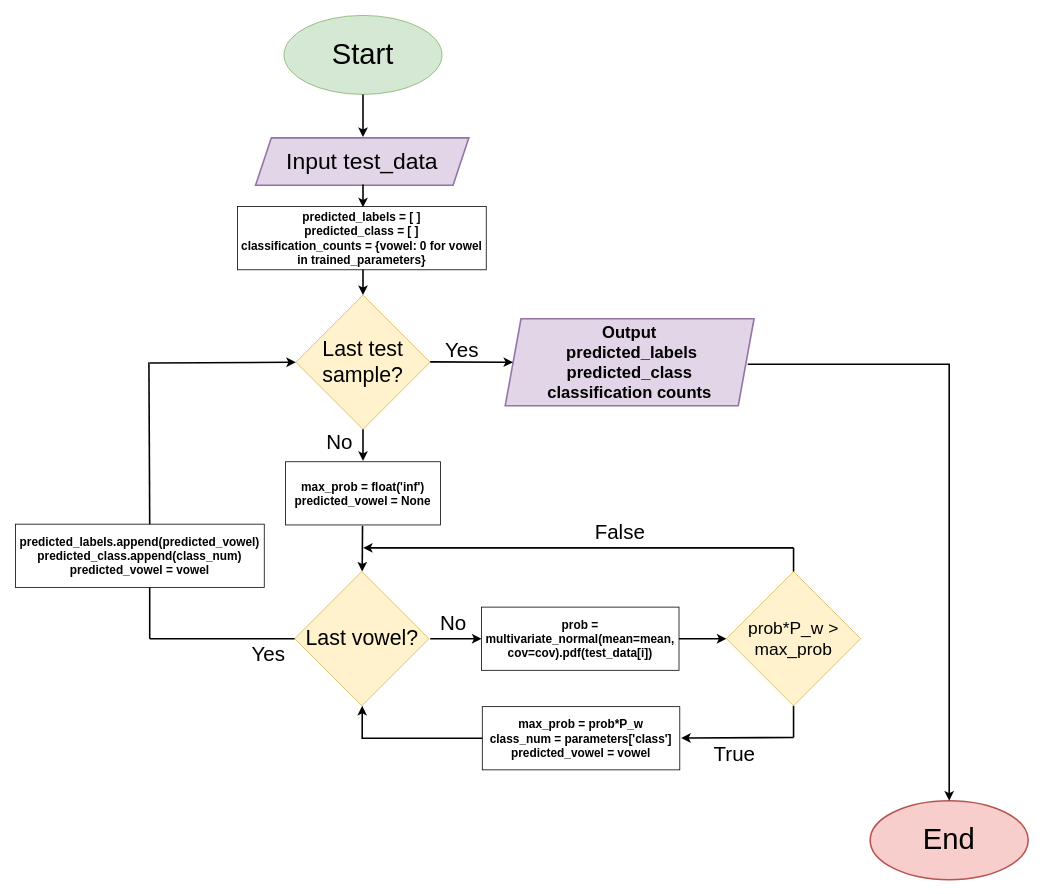
The draw.io diagram Rapport mappe/Vowels_flowchart.drawio in KristianHaaland/Estimering-Prosjekt, before the edit. Source tidied: cells renumbered, new cells numbered last; positions are measured from the earlier drawing's top-left corner, leaving out a move shared by most shapes. Both pictures are drawn from the tidied source at 79%, with x=0, y=0 at pixel (15, 15).
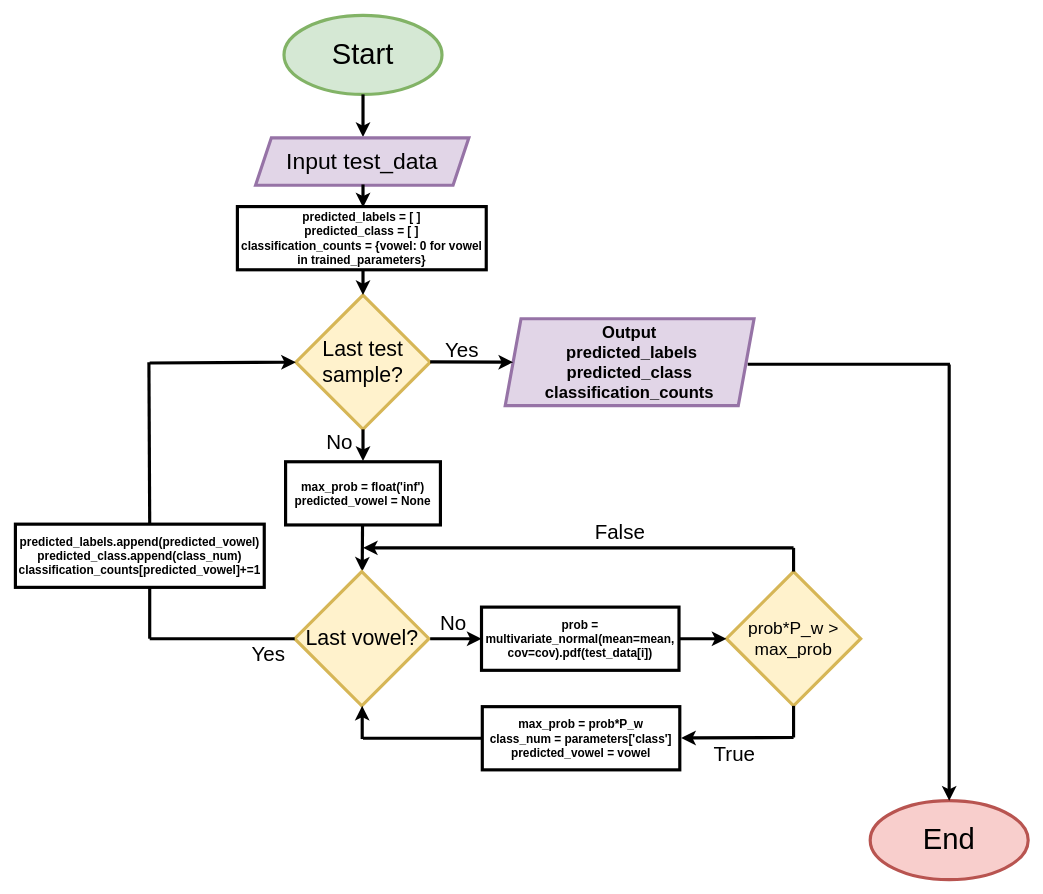
The same page after the edit.

Commit message (it also covers changes not shown here):
Laget plottefunksjoner i vowels task

The edit, as a diff of the source:
```diff
@@
-    <mxCell id="2" value="&lt;font style=&quot;font-size: 37px;&quot;&gt;Start&lt;/font&gt;" style="ellipse;whiteSpace=wrap;html=1;fillColor=#d5e8d4;strokeColor=#82b366;" parent="1" vertex="1">
+    <mxCell id="2" value="&lt;font style=&quot;font-size: 37px;&quot;&gt;Start&lt;/font&gt;" style="ellipse;whiteSpace=wrap;html=1;fillColor=#d5e8d4;strokeColor=#82b366;strokeWidth=4;" parent="1" vertex="1">
       <mxGeometry x="340" width="200" height="100" as="geometry" />
     </mxCell>
-    <mxCell id="3" style="endArrow=classic;html=1;rounded=0;strokeWidth=2;exitX=0.5;exitY=1;exitDx=0;exitDy=0;" parent="1" edge="1" source="2">
+    <mxCell id="3" style="endArrow=classic;html=1;rounded=0;strokeWidth=4;exitX=0.5;exitY=1;exitDx=0;exitDy=0;" parent="1" edge="1" source="2">
       <mxGeometry relative="1" as="geometry">
         <mxPoint x="440" y="154" as="targetPoint" />
       </mxGeometry>
     </mxCell>
-    <mxCell id="4" value="&lt;font style=&quot;font-size: 27px;&quot;&gt;Last test sample?&lt;/font&gt;" style="rhombus;whiteSpace=wrap;html=1;fillColor=#fff2cc;strokeColor=#d6b656;" parent="1" vertex="1">
+    <mxCell id="4" value="&lt;font style=&quot;font-size: 27px;&quot;&gt;Last test sample?&lt;/font&gt;" style="rhombus;whiteSpace=wrap;html=1;fillColor=#fff2cc;strokeColor=#d6b656;strokeWidth=4;" parent="1" vertex="1">
       <mxGeometry x="355" y="354" width="170" height="170" as="geometry" />
     </mxCell>
-    <mxCell id="5" value="&lt;font style=&quot;font-size: 37px;&quot;&gt;End&lt;/font&gt;" style="ellipse;whiteSpace=wrap;html=1;fillColor=#f8cecc;strokeColor=#b85450;strokeWidth=2;" parent="1" vertex="1">
+    <mxCell id="5" value="&lt;font style=&quot;font-size: 37px;&quot;&gt;End&lt;/font&gt;" style="ellipse;whiteSpace=wrap;html=1;fillColor=#f8cecc;strokeColor=#b85450;strokeWidth=4;" parent="1" vertex="1">
       <mxGeometry x="1082" y="994" width="200" height="100" as="geometry" />
     </mxCell>
-    <mxCell id="6" style="endArrow=classic;html=1;rounded=0;exitX=0.5;exitY=1;exitDx=0;exitDy=0;strokeWidth=2;" parent="1" edge="1">
+    <mxCell id="6" style="endArrow=classic;html=1;rounded=0;exitX=0.5;exitY=1;exitDx=0;exitDy=0;strokeWidth=4;" parent="1" edge="1">
       <mxGeometry relative="1" as="geometry">
         <mxPoint x="439.4" y="646" as="sourcePoint" />
         <mxPoint x="439" y="704" as="targetPoint" />
       </mxGeometry>
     </mxCell>
-    <mxCell id="7" value="&lt;font style=&quot;font-size: 26px;&quot;&gt;No&lt;/font&gt;" style="text;html=1;align=center;verticalAlign=middle;strokeColor=none;fillColor=none;" parent="1" vertex="1">
+    <mxCell id="7" value="&lt;font style=&quot;font-size: 26px;&quot;&gt;No&lt;/font&gt;" style="text;html=1;align=center;verticalAlign=middle;strokeColor=none;fillColor=none;strokeWidth=4;" parent="1" vertex="1">
       <mxGeometry x="380" y="520" width="60" height="40" as="geometry" />
     </mxCell>
-    <mxCell id="8" value="&lt;font style=&quot;font-size: 27px;&quot;&gt;Last vowel?&lt;/font&gt;" style="rhombus;whiteSpace=wrap;html=1;fillColor=#fff2cc;strokeColor=#d6b656;" parent="1" vertex="1">
+    <mxCell id="8" value="&lt;font style=&quot;font-size: 27px;&quot;&gt;Last vowel?&lt;/font&gt;" style="rhombus;whiteSpace=wrap;html=1;fillColor=#fff2cc;strokeColor=#d6b656;strokeWidth=4;" parent="1" vertex="1">
       <mxGeometry x="353.5" y="704" width="170" height="170" as="geometry" />
     </mxCell>
-    <mxCell id="9" style="endArrow=classic;html=1;rounded=0;exitX=1;exitY=0.5;exitDx=0;exitDy=0;strokeWidth=2;" parent="1" edge="1">
+    <mxCell id="9" style="endArrow=classic;html=1;rounded=0;exitX=1;exitY=0.5;exitDx=0;exitDy=0;strokeWidth=4;" parent="1" edge="1">
       <mxGeometry relative="1" as="geometry">
         <mxPoint x="525" y="789" as="sourcePoint" />
         <mxPoint x="590" y="789" as="targetPoint" />
       </mxGeometry>
     </mxCell>
-    <mxCell id="10" value="&lt;font style=&quot;font-size: 26px;&quot;&gt;No&lt;/font&gt;" style="text;html=1;align=center;verticalAlign=middle;strokeColor=none;fillColor=none;" parent="1" vertex="1">
+    <mxCell id="10" value="&lt;font style=&quot;font-size: 26px;&quot;&gt;No&lt;/font&gt;" style="text;html=1;align=center;verticalAlign=middle;strokeColor=none;fillColor=none;strokeWidth=4;" parent="1" vertex="1">
       <mxGeometry x="523.5" y="749" width="60" height="40" as="geometry" />
     </mxCell>
-    <mxCell id="11" style="endArrow=classic;html=1;rounded=0;entryX=0;entryY=0.5;entryDx=0;entryDy=0;strokeWidth=2;" parent="1" edge="1" target="4">
+    <mxCell id="11" style="endArrow=classic;html=1;rounded=0;entryX=0;entryY=0.5;entryDx=0;entryDy=0;strokeWidth=4;" parent="1" edge="1" target="4">
       <mxGeometry relative="1" as="geometry">
         <mxPoint x="170" y="440" as="sourcePoint" />
       </mxGeometry>
     </mxCell>
-    <mxCell id="12" style="endArrow=none;html=1;rounded=0;strokeWidth=2;" parent="1" edge="1">
+    <mxCell id="12" style="endArrow=none;html=1;rounded=0;strokeWidth=4;" parent="1" edge="1">
       <mxGeometry relative="1" as="geometry">
         <mxPoint x="170" y="789" as="sourcePoint" />
         <mxPoint x="170" y="718" as="targetPoint" />
       </mxGeometry>
     </mxCell>
-    <mxCell id="13" style="endArrow=none;html=1;rounded=0;entryX=0;entryY=0.5;entryDx=0;entryDy=0;strokeWidth=2;" parent="1" edge="1" target="8">
+    <mxCell id="13" style="endArrow=none;html=1;rounded=0;entryX=0;entryY=0.5;entryDx=0;entryDy=0;strokeWidth=4;" parent="1" edge="1" target="8">
       <mxGeometry relative="1" as="geometry">
         <mxPoint x="170" y="789" as="sourcePoint" />
       </mxGeometry>
     </mxCell>
-    <mxCell id="14" value="&lt;font style=&quot;font-size: 26px;&quot;&gt;Yes&lt;/font&gt;" style="text;html=1;align=center;verticalAlign=middle;strokeColor=none;fillColor=none;" parent="1" vertex="1">
+    <mxCell id="14" value="&lt;font style=&quot;font-size: 26px;&quot;&gt;Yes&lt;/font&gt;" style="text;html=1;align=center;verticalAlign=middle;strokeColor=none;fillColor=none;strokeWidth=4;" parent="1" vertex="1">
       <mxGeometry x="285" y="789" width="70" height="40" as="geometry" />
     </mxCell>
-    <mxCell id="15" value="&lt;b&gt;&lt;font style=&quot;font-size: 15px;&quot;&gt;prob = multivariate_normal(mean=mean, cov=cov).pdf(test_data[i])&lt;/font&gt;&lt;/b&gt;" style="rounded=0;whiteSpace=wrap;html=1;" parent="1" vertex="1">
+    <mxCell id="15" value="&lt;b&gt;&lt;font style=&quot;font-size: 15px;&quot;&gt;prob = multivariate_normal(mean=mean, cov=cov).pdf(test_data[i])&lt;/font&gt;&lt;/b&gt;" style="rounded=0;whiteSpace=wrap;html=1;strokeWidth=4;" parent="1" vertex="1">
       <mxGeometry x="590" y="749" width="250" height="80" as="geometry" />
     </mxCell>
-    <mxCell id="16" value="&lt;font style=&quot;font-size: 22px;&quot;&gt;prob*P_w &amp;gt; max_prob&lt;/font&gt;" style="rhombus;whiteSpace=wrap;html=1;fillColor=#fff2cc;strokeColor=#d6b656;" parent="1" vertex="1">
+    <mxCell id="16" value="&lt;font style=&quot;font-size: 22px;&quot;&gt;prob*P_w &amp;gt; max_prob&lt;/font&gt;" style="rhombus;whiteSpace=wrap;html=1;fillColor=#fff2cc;strokeColor=#d6b656;strokeWidth=4;" parent="1" vertex="1">
       <mxGeometry x="900" y="704" width="170" height="170" as="geometry" />
     </mxCell>
-    <mxCell id="17" style="endArrow=classic;html=1;rounded=0;exitX=1;exitY=0.5;exitDx=0;exitDy=0;strokeWidth=2;" parent="1" edge="1">
+    <mxCell id="17" style="endArrow=classic;html=1;rounded=0;exitX=1;exitY=0.5;exitDx=0;exitDy=0;strokeWidth=4;" parent="1" edge="1">
       <mxGeometry relative="1" as="geometry">
         <mxPoint x="840" y="789" as="sourcePoint" />
         <mxPoint x="900" y="789" as="targetPoint" />
       </mxGeometry>
     </mxCell>
-    <mxCell id="18" style="endArrow=classic;html=1;rounded=0;strokeWidth=2;" parent="1" edge="1">
+    <mxCell id="18" style="endArrow=classic;html=1;rounded=0;strokeWidth=4;" parent="1" edge="1">
       <mxGeometry relative="1" as="geometry">
         <mxPoint x="985" y="674" as="sourcePoint" />
         <mxPoint x="440" y="674" as="targetPoint" />
       </mxGeometry>
     </mxCell>
-    <mxCell id="19" style="endArrow=none;html=1;rounded=0;entryX=0.5;entryY=0;entryDx=0;entryDy=0;strokeWidth=2;" parent="1" edge="1" target="16">
+    <mxCell id="19" style="endArrow=none;html=1;rounded=0;entryX=0.5;entryY=0;entryDx=0;entryDy=0;strokeWidth=4;" parent="1" edge="1" target="16">
       <mxGeometry relative="1" as="geometry">
         <mxPoint x="985" y="674" as="sourcePoint" />
       </mxGeometry>
     </mxCell>
-    <mxCell id="20" value="&lt;font style=&quot;font-size: 26px;&quot;&gt;False&lt;/font&gt;" style="text;html=1;align=center;verticalAlign=middle;strokeColor=none;fillColor=none;" parent="1" vertex="1">
+    <mxCell id="20" value="&lt;font style=&quot;font-size: 26px;&quot;&gt;False&lt;/font&gt;" style="text;html=1;align=center;verticalAlign=middle;strokeColor=none;fillColor=none;strokeWidth=4;" parent="1" vertex="1">
       <mxGeometry x="720" y="634" width="90" height="40" as="geometry" />
     </mxCell>
-    <mxCell id="21" value="&lt;b&gt;&lt;font style=&quot;font-size: 15px;&quot;&gt;max_prob = prob*P_w&lt;/font&gt;&lt;/b&gt;&lt;div&gt;&lt;b&gt;&lt;font style=&quot;font-size: 15px;&quot;&gt;class_num = parameters['class']&lt;/font&gt;&lt;/b&gt;&lt;/div&gt;&lt;div&gt;&lt;b&gt;&lt;font style=&quot;font-size: 15px;&quot;&gt;predicted_vowel = vowel&lt;/font&gt;&lt;/b&gt;&lt;/div&gt;" style="rounded=0;whiteSpace=wrap;html=1;" parent="1" vertex="1">
+    <mxCell id="21" value="&lt;b&gt;&lt;font style=&quot;font-size: 15px;&quot;&gt;max_prob = prob*P_w&lt;/font&gt;&lt;/b&gt;&lt;div&gt;&lt;b&gt;&lt;font style=&quot;font-size: 15px;&quot;&gt;class_num = parameters['class']&lt;/font&gt;&lt;/b&gt;&lt;/div&gt;&lt;div&gt;&lt;b&gt;&lt;font style=&quot;font-size: 15px;&quot;&gt;predicted_vowel = vowel&lt;/font&gt;&lt;/b&gt;&lt;/div&gt;" style="rounded=0;whiteSpace=wrap;html=1;strokeWidth=4;" parent="1" vertex="1">
       <mxGeometry x="591" y="875" width="250" height="80" as="geometry" />
     </mxCell>
-    <mxCell id="22" style="endArrow=classic;html=1;rounded=0;entryX=1.007;entryY=0.496;entryDx=0;entryDy=0;strokeWidth=2;entryPerimeter=0;" parent="1" edge="1" target="21">
+    <mxCell id="22" style="endArrow=classic;html=1;rounded=0;entryX=1.007;entryY=0.496;entryDx=0;entryDy=0;strokeWidth=4;entryPerimeter=0;" parent="1" edge="1" target="21">
       <mxGeometry relative="1" as="geometry">
         <mxPoint x="985" y="914" as="sourcePoint" />
       </mxGeometry>
     </mxCell>
-    <mxCell id="23" style="endArrow=none;html=1;rounded=0;entryX=0.5;entryY=1;entryDx=0;entryDy=0;strokeWidth=2;" parent="1" edge="1" target="16">
+    <mxCell id="23" style="endArrow=none;html=1;rounded=0;entryX=0.5;entryY=1;entryDx=0;entryDy=0;strokeWidth=4;" parent="1" edge="1" target="16">
       <mxGeometry relative="1" as="geometry">
         <mxPoint x="985" y="914" as="sourcePoint" />
       </mxGeometry>
     </mxCell>
-    <mxCell id="24" style="endArrow=classic;html=1;rounded=0;strokeWidth=2;" parent="1" edge="1">
+    <mxCell id="24" style="endArrow=classic;html=1;rounded=0;strokeWidth=4;" parent="1" edge="1">
       <mxGeometry relative="1" as="geometry">
         <mxPoint x="439" y="916" as="sourcePoint" />
         <mxPoint x="439" y="874" as="targetPoint" />
       </mxGeometry>
     </mxCell>
-    <mxCell id="25" style="endArrow=none;html=1;rounded=0;entryX=0;entryY=0.5;entryDx=0;entryDy=0;strokeWidth=2;" parent="1" edge="1" target="21">
+    <mxCell id="25" style="endArrow=none;html=1;rounded=0;entryX=0;entryY=0.5;entryDx=0;entryDy=0;strokeWidth=4;" parent="1" edge="1" target="21">
       <mxGeometry relative="1" as="geometry">
         <mxPoint x="440" y="915" as="sourcePoint" />
       </mxGeometry>
     </mxCell>
-    <mxCell id="26" style="endArrow=classic;html=1;rounded=0;strokeWidth=2;entryX=0.5;entryY=0;entryDx=0;entryDy=0;" parent="1" edge="1" target="5">
+    <mxCell id="26" style="endArrow=classic;html=1;rounded=0;strokeWidth=4;entryX=0.5;entryY=0;entryDx=0;entryDy=0;" parent="1" edge="1" target="5">
       <mxGeometry relative="1" as="geometry">
         <mxPoint x="1182" y="442" as="sourcePoint" />
       </mxGeometry>
     </mxCell>
-    <mxCell id="27" value="&lt;font style=&quot;font-size: 26px;&quot;&gt;Yes&lt;/font&gt;" style="text;html=1;align=center;verticalAlign=middle;strokeColor=none;fillColor=none;" parent="1" vertex="1">
+    <mxCell id="27" value="&lt;font style=&quot;font-size: 26px;&quot;&gt;Yes&lt;/font&gt;" style="text;html=1;align=center;verticalAlign=middle;strokeColor=none;fillColor=none;strokeWidth=4;" parent="1" vertex="1">
       <mxGeometry x="530" y="404" width="70" height="40" as="geometry" />
     </mxCell>
-    <mxCell id="28" value="&lt;font style=&quot;font-size: 26px;&quot;&gt;True&lt;/font&gt;" style="text;html=1;align=center;verticalAlign=middle;strokeColor=none;fillColor=none;" parent="1" vertex="1">
+    <mxCell id="28" value="&lt;font style=&quot;font-size: 26px;&quot;&gt;True&lt;/font&gt;" style="text;html=1;align=center;verticalAlign=middle;strokeColor=none;fillColor=none;strokeWidth=4;" parent="1" vertex="1">
       <mxGeometry x="870" y="915" width="80" height="40" as="geometry" />
     </mxCell>
-    <mxCell id="29" value="&lt;span style=&quot;font-size: 15px;&quot;&gt;&lt;b&gt;predicted_labels.append(predicted_vowel)&lt;/b&gt;&lt;/span&gt;&lt;div&gt;&lt;span style=&quot;font-size: 15px;&quot;&gt;&lt;b&gt;predicted_class.append(class_num)&lt;/b&gt;&lt;/span&gt;&lt;/div&gt;&lt;div&gt;&lt;span style=&quot;font-size: 15px;&quot;&gt;&lt;b&gt;predicted_vowel = vowel&lt;/b&gt;&lt;/span&gt;&lt;/div&gt;" style="rounded=0;whiteSpace=wrap;html=1;" parent="1" vertex="1">
+    <mxCell id="29" value="&lt;span style=&quot;font-size: 15px;&quot;&gt;&lt;b&gt;predicted_labels.append(predicted_vowel)&lt;/b&gt;&lt;/span&gt;&lt;div&gt;&lt;span style=&quot;font-size: 15px;&quot;&gt;&lt;b&gt;predicted_class.append(class_num)&lt;/b&gt;&lt;/span&gt;&lt;/div&gt;&lt;div&gt;&lt;span style=&quot;font-size: 15px;&quot;&gt;&lt;b&gt;classification_counts[predicted_vowel]+=1&lt;/b&gt;&lt;/span&gt;&lt;/div&gt;" style="rounded=0;whiteSpace=wrap;html=1;strokeWidth=4;" parent="1" vertex="1">
       <mxGeometry y="644" width="315" height="80" as="geometry" />
     </mxCell>
-    <mxCell id="30" style="endArrow=none;html=1;rounded=0;strokeWidth=2;" parent="1" edge="1">
+    <mxCell id="30" style="endArrow=none;html=1;rounded=0;strokeWidth=4;" parent="1" edge="1">
       <mxGeometry relative="1" as="geometry">
         <mxPoint x="170" y="644" as="sourcePoint" />
         <mxPoint x="169" y="439" as="targetPoint" />
       </mxGeometry>
     </mxCell>
-    <mxCell id="31" value="&lt;span style=&quot;font-size: 15px;&quot;&gt;&lt;b&gt;predicted_labels = [ ]&lt;/b&gt;&lt;/span&gt;&lt;div&gt;&lt;span style=&quot;font-size: 15px;&quot;&gt;&lt;b&gt;predicted_class = [ ]&lt;/b&gt;&lt;/span&gt;&lt;/div&gt;&lt;div&gt;&lt;span style=&quot;font-size: 15px;&quot;&gt;&lt;b&gt;classification_counts = {vowel: 0 for vowel in trained_parameters}&lt;/b&gt;&lt;/span&gt;&lt;/div&gt;" style="rounded=0;whiteSpace=wrap;html=1;" parent="1" vertex="1">
+    <mxCell id="31" value="&lt;span style=&quot;font-size: 15px;&quot;&gt;&lt;b&gt;predicted_labels = [ ]&lt;/b&gt;&lt;/span&gt;&lt;div&gt;&lt;span style=&quot;font-size: 15px;&quot;&gt;&lt;b&gt;predicted_class = [ ]&lt;/b&gt;&lt;/span&gt;&lt;/div&gt;&lt;div&gt;&lt;span style=&quot;font-size: 15px;&quot;&gt;&lt;b&gt;classification_counts = {vowel: 0 for vowel in trained_parameters}&lt;/b&gt;&lt;/span&gt;&lt;/div&gt;" style="rounded=0;whiteSpace=wrap;html=1;strokeWidth=4;" parent="1" vertex="1">
       <mxGeometry x="281" y="242" width="315" height="80" as="geometry" />
     </mxCell>
-    <mxCell id="32" style="endArrow=classic;html=1;rounded=0;exitX=0.5;exitY=1;exitDx=0;exitDy=0;strokeWidth=2;entryX=0.5;entryY=0;entryDx=0;entryDy=0;" parent="1" edge="1" target="4">
+    <mxCell id="32" style="endArrow=classic;html=1;rounded=0;exitX=0.5;exitY=1;exitDx=0;exitDy=0;strokeWidth=4;entryX=0.5;entryY=0;entryDx=0;entryDy=0;" parent="1" edge="1" target="4">
       <mxGeometry relative="1" as="geometry">
         <mxPoint x="440" y="322" as="sourcePoint" />
       </mxGeometry>
     </mxCell>
-    <mxCell id="33" value="&lt;span style=&quot;font-size: 15px;&quot;&gt;&lt;b&gt;max_prob = float('inf')&lt;/b&gt;&lt;/span&gt;&lt;div&gt;&lt;span style=&quot;font-size: 15px;&quot;&gt;&lt;b&gt;predicted_vowel = None&lt;/b&gt;&lt;/span&gt;&lt;/div&gt;" style="rounded=0;whiteSpace=wrap;html=1;" parent="1" vertex="1">
+    <mxCell id="33" value="&lt;span style=&quot;font-size: 15px;&quot;&gt;&lt;b&gt;max_prob = float('inf')&lt;/b&gt;&lt;/span&gt;&lt;div&gt;&lt;span style=&quot;font-size: 15px;&quot;&gt;&lt;b&gt;predicted_vowel = None&lt;/b&gt;&lt;/span&gt;&lt;/div&gt;" style="rounded=0;whiteSpace=wrap;html=1;strokeWidth=4;" parent="1" vertex="1">
       <mxGeometry x="342" y="565" width="196" height="80" as="geometry" />
     </mxCell>
-    <mxCell id="34" style="endArrow=classic;html=1;rounded=0;exitX=0.5;exitY=1;exitDx=0;exitDy=0;strokeWidth=2;" parent="1" edge="1">
+    <mxCell id="34" style="endArrow=classic;html=1;rounded=0;exitX=0.5;exitY=1;exitDx=0;exitDy=0;strokeWidth=4;" parent="1" edge="1">
       <mxGeometry relative="1" as="geometry">
         <mxPoint x="440" y="524" as="sourcePoint" />
         <mxPoint x="440" y="564" as="targetPoint" />
       </mxGeometry>
     </mxCell>
-    <mxCell id="35" value="&lt;font style=&quot;font-size: 29px;&quot;&gt;Input test_data&lt;/font&gt;" style="shape=parallelogram;perimeter=parallelogramPerimeter;whiteSpace=wrap;html=1;fixedSize=1;strokeWidth=2;fillColor=#e1d5e7;strokeColor=#9673a6;" parent="1" vertex="1">
+    <mxCell id="35" value="&lt;font style=&quot;font-size: 29px;&quot;&gt;Input test_data&lt;/font&gt;" style="shape=parallelogram;perimeter=parallelogramPerimeter;whiteSpace=wrap;html=1;fixedSize=1;strokeWidth=4;fillColor=#e1d5e7;strokeColor=#9673a6;" parent="1" vertex="1">
       <mxGeometry x="304" y="155" width="270" height="60" as="geometry" />
     </mxCell>
-    <mxCell id="36" style="endArrow=classic;html=1;rounded=0;strokeWidth=2;exitX=0.5;exitY=1;exitDx=0;exitDy=0;" parent="1" edge="1">
+    <mxCell id="36" style="endArrow=classic;html=1;rounded=0;strokeWidth=4;exitX=0.5;exitY=1;exitDx=0;exitDy=0;" parent="1" edge="1">
       <mxGeometry relative="1" as="geometry">
         <mxPoint x="440" y="214" as="sourcePoint" />
         <mxPoint x="440" y="243" as="targetPoint" />
       </mxGeometry>
     </mxCell>
-    <mxCell id="37" value="&lt;font style=&quot;font-size: 21px;&quot;&gt;&lt;b&gt;Output&lt;/b&gt;&lt;/font&gt;&lt;div style=&quot;font-size: 21px;&quot;&gt;&lt;font style=&quot;font-size: 21px;&quot;&gt;&lt;b&gt;&amp;nbsp;predicted_labels&lt;/b&gt;&lt;/font&gt;&lt;/div&gt;&lt;div style=&quot;font-size: 21px;&quot;&gt;&lt;font style=&quot;font-size: 21px;&quot;&gt;&lt;b&gt;predicted_class&lt;/b&gt;&lt;/font&gt;&lt;/div&gt;&lt;div style=&quot;font-size: 21px;&quot;&gt;&lt;font style=&quot;font-size: 21px;&quot;&gt;&lt;b&gt;classification counts&lt;/b&gt;&lt;/font&gt;&lt;/div&gt;" style="shape=parallelogram;perimeter=parallelogramPerimeter;whiteSpace=wrap;html=1;fixedSize=1;strokeWidth=2;fillColor=#e1d5e7;strokeColor=#9673a6;" parent="1" vertex="1">
+    <mxCell id="37" value="&lt;font style=&quot;font-size: 21px;&quot;&gt;&lt;b&gt;Output&lt;/b&gt;&lt;/font&gt;&lt;div style=&quot;font-size: 21px;&quot;&gt;&lt;font style=&quot;font-size: 21px;&quot;&gt;&lt;b&gt;&amp;nbsp;predicted_labels&lt;/b&gt;&lt;/font&gt;&lt;/div&gt;&lt;div style=&quot;font-size: 21px;&quot;&gt;&lt;font style=&quot;font-size: 21px;&quot;&gt;&lt;b&gt;predicted_class&lt;/b&gt;&lt;/font&gt;&lt;/div&gt;&lt;div style=&quot;font-size: 21px;&quot;&gt;&lt;font style=&quot;font-size: 21px;&quot;&gt;&lt;b&gt;classification_counts&lt;/b&gt;&lt;/font&gt;&lt;/div&gt;" style="shape=parallelogram;perimeter=parallelogramPerimeter;whiteSpace=wrap;html=1;fixedSize=1;strokeWidth=4;fillColor=#e1d5e7;strokeColor=#9673a6;" parent="1" vertex="1">
       <mxGeometry x="620" y="384" width="315" height="110" as="geometry" />
     </mxCell>
-    <mxCell id="38" style="endArrow=none;html=1;rounded=0;strokeWidth=2;" parent="1" edge="1">
+    <mxCell id="38" style="endArrow=none;html=1;rounded=0;strokeWidth=4;" parent="1" edge="1">
       <mxGeometry relative="1" as="geometry">
         <mxPoint x="927" y="441.6" as="sourcePoint" />
         <mxPoint x="1183" y="441.6" as="targetPoint" />
       </mxGeometry>
     </mxCell>
-    <mxCell id="39" style="endArrow=classic;html=1;rounded=0;strokeWidth=2;" parent="1" edge="1">
+    <mxCell id="39" style="endArrow=classic;html=1;rounded=0;strokeWidth=4;" parent="1" edge="1">
       <mxGeometry relative="1" as="geometry">
         <mxPoint x="525" y="438.6" as="sourcePoint" />
         <mxPoint x="630" y="439" as="targetPoint" />
       </mxGeometry>
     </mxCell>
```
